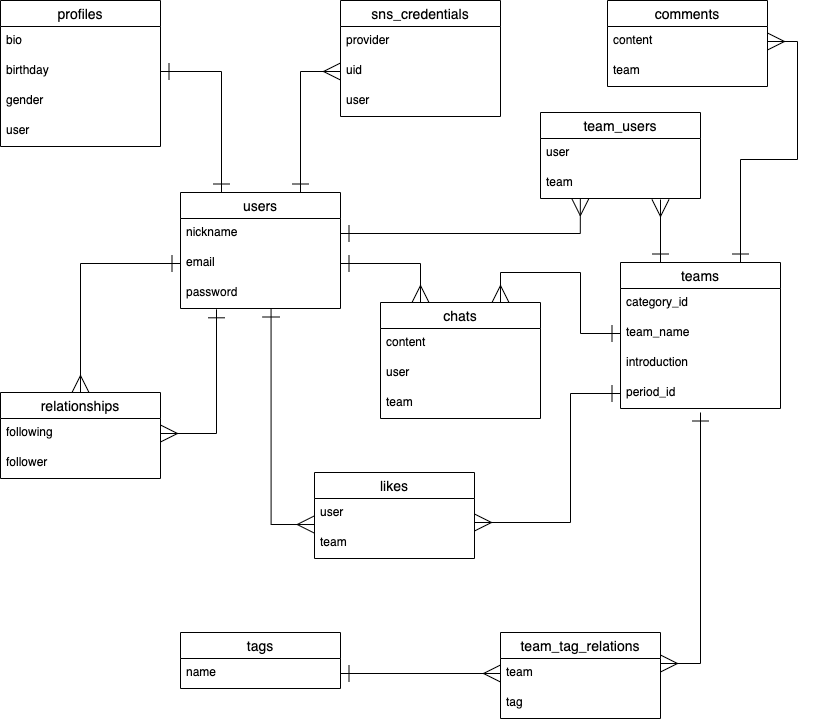
The draw.io diagram entity-relationship-diagram.drawio.png in suzu12/self-management-app, before a commit. Source tidied: cells renumbered, new cells last; positions are measured from the earlier drawing's top-left corner, leaving out a move shared by most shapes.
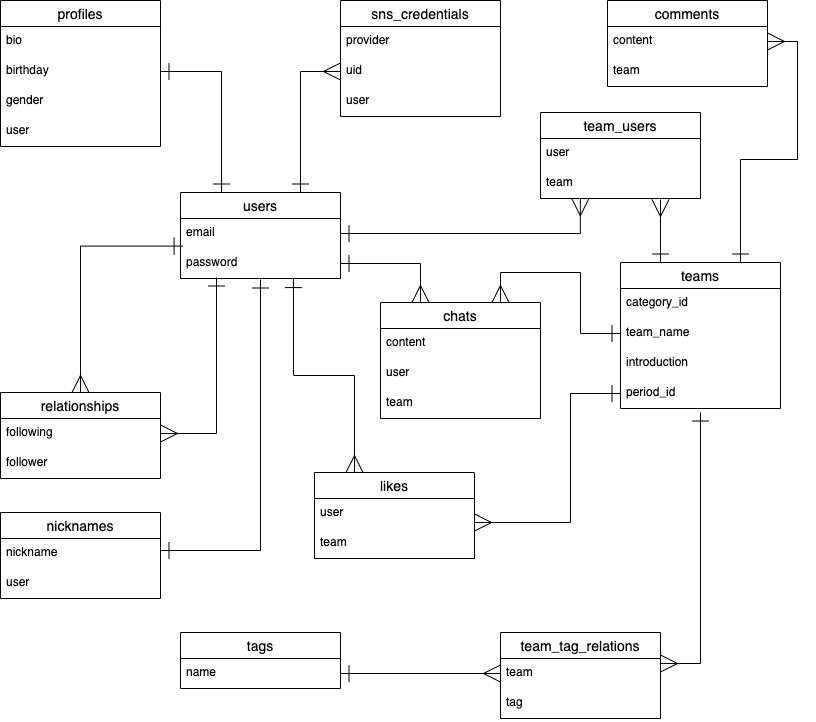
Later version of the same file.

What changed in the source:
```diff
@@ -6,17 +6,14 @@
       <mxGeometry relative="1" as="geometry" />
     </mxCell>
     <mxCell id="3" value="users" style="swimlane;fontStyle=0;horizontal=1;startSize=26;align=center;fontSize=14;" parent="1" vertex="1">
-      <mxGeometry x="180" y="192" width="160" height="116" as="geometry" />
+      <mxGeometry x="180" y="192" width="160" height="86" as="geometry" />
     </mxCell>
-    <mxCell id="4" value="nickname" style="text;strokeColor=none;fillColor=none;spacingLeft=4;spacingRight=4;overflow=hidden;points=[[0,0.5],[1,0.5]];portConstraint=eastwest;fontSize=12;" parent="3" vertex="1">
+    <mxCell id="4" value="email" style="text;strokeColor=none;fillColor=none;spacingLeft=4;spacingRight=4;overflow=hidden;points=[[0,0.5],[1,0.5]];portConstraint=eastwest;fontSize=12;" parent="3" vertex="1">
       <mxGeometry y="26" width="160" height="30" as="geometry" />
     </mxCell>
-    <mxCell id="5" value="email" style="text;strokeColor=none;fillColor=none;spacingLeft=4;spacingRight=4;overflow=hidden;points=[[0,0.5],[1,0.5]];portConstraint=eastwest;fontSize=12;" parent="3" vertex="1">
+    <mxCell id="5" value="password" style="text;strokeColor=none;fillColor=none;spacingLeft=4;spacingRight=4;overflow=hidden;points=[[0,0.5],[1,0.5]];portConstraint=eastwest;fontSize=12;" parent="3" vertex="1">
       <mxGeometry y="56" width="160" height="30" as="geometry" />
     </mxCell>
-    <mxCell id="6" value="password" style="text;strokeColor=none;fillColor=none;spacingLeft=4;spacingRight=4;overflow=hidden;points=[[0,0.5],[1,0.5]];portConstraint=eastwest;fontSize=12;" parent="3" vertex="1">
-      <mxGeometry y="86" width="160" height="30" as="geometry" />
-    </mxCell>
     <mxCell id="7" value="profiles" style="swimlane;fontStyle=0;horizontal=1;startSize=26;align=center;fontSize=14;" parent="1" vertex="1">
       <mxGeometry width="160" height="146" as="geometry" />
     </mxCell>
@@ -104,6 +101,9 @@
     <mxCell id="35" value="team" style="text;strokeColor=none;fillColor=none;spacingLeft=4;spacingRight=4;overflow=hidden;fontSize=12;" parent="32" vertex="1">
       <mxGeometry y="86" width="160" height="30" as="geometry" />
     </mxCell>
+    <mxCell id="54" style="rounded=0;jettySize=auto;html=1;exitX=0.25;exitY=0;exitDx=0;exitDy=0;entryX=0.706;entryY=1.02;entryDx=0;entryDy=0;entryPerimeter=0;edgeStyle=orthogonalEdgeStyle;startArrow=ERmany;startFill=0;endArrow=ERone;endFill=0;endSize=15;startSize=15;" parent="1" edge="1" source="36" target="5">
+      <mxGeometry relative="1" as="geometry" />
+    </mxCell>
     <mxCell id="36" value="likes" style="swimlane;fontStyle=0;horizontal=1;startSize=26;align=center;fontSize=14;" parent="1" vertex="1">
       <mxGeometry x="314" y="472" width="160" height="86" as="geometry" />
     </mxCell>
@@ -127,11 +127,13 @@
         <mxPoint x="221" y="192" as="targetPoint" />
       </mxGeometry>
     </mxCell>
-    <mxCell id="43" style="edgeStyle=orthogonalEdgeStyle;rounded=0;jettySize=auto;html=1;exitX=0;exitY=0.5;exitDx=0;exitDy=0;entryX=0.5;entryY=0;entryDx=0;entryDy=0;endArrow=ERmany;endFill=0;endSize=15;startSize=15;startArrow=ERone;startFill=0;" parent="1" edge="1" source="5" target="39">
+    <mxCell id="43" style="edgeStyle=orthogonalEdgeStyle;rounded=0;jettySize=auto;html=1;exitX=0.013;exitY=-0.08;exitDx=0;exitDy=0;entryX=0.5;entryY=0;entryDx=0;entryDy=0;endArrow=ERmany;endFill=0;endSize=15;startSize=15;startArrow=ERone;startFill=0;exitPerimeter=0;" parent="1" edge="1" source="5" target="39">
       <mxGeometry relative="1" as="geometry" />
     </mxCell>
-    <mxCell id="44" style="edgeStyle=orthogonalEdgeStyle;rounded=0;jettySize=auto;html=1;exitX=1;exitY=0.5;exitDx=0;exitDy=0;entryX=0.225;entryY=1.027;entryDx=0;entryDy=0;entryPerimeter=0;startArrow=ERmany;startFill=0;endArrow=ERone;endFill=0;endSize=15;startSize=15;" parent="1" edge="1" source="40" target="6">
-      <mxGeometry relative="1" as="geometry" />
+    <mxCell id="44" style="edgeStyle=orthogonalEdgeStyle;rounded=0;jettySize=auto;html=1;exitX=1;exitY=0.5;exitDx=0;exitDy=0;startArrow=ERmany;startFill=0;endArrow=ERone;endFill=0;endSize=15;startSize=15;" parent="1" edge="1" source="40">
+      <mxGeometry relative="1" as="geometry">
+        <mxPoint x="216" y="277" as="targetPoint" />
+      </mxGeometry>
     </mxCell>
     <mxCell id="45" style="edgeStyle=orthogonalEdgeStyle;rounded=0;jettySize=auto;html=1;exitX=1;exitY=0.5;exitDx=0;exitDy=0;entryX=0.249;entryY=1.007;entryDx=0;entryDy=0;entryPerimeter=0;startArrow=ERone;startFill=0;startSize=15;endArrow=ERmany;endFill=0;endSize=15;" parent="1" edge="1" source="4" target="26">
       <mxGeometry relative="1" as="geometry" />
@@ -156,9 +158,6 @@
         </Array>
       </mxGeometry>
     </mxCell>
-    <mxCell id="50" style="edgeStyle=orthogonalEdgeStyle;rounded=0;jettySize=auto;html=1;exitX=-0.002;exitY=0.867;exitDx=0;exitDy=0;startArrow=ERmany;startFill=0;startSize=15;endArrow=ERone;endFill=0;endSize=15;exitPerimeter=0;entryX=0.566;entryY=1;entryDx=0;entryDy=0;entryPerimeter=0;" parent="1" edge="1" source="37" target="6">
-      <mxGeometry relative="1" as="geometry" />
-    </mxCell>
     <mxCell id="51" style="edgeStyle=orthogonalEdgeStyle;rounded=0;jettySize=auto;html=1;exitX=1;exitY=0.5;exitDx=0;exitDy=0;entryX=0.75;entryY=0;entryDx=0;entryDy=0;startArrow=ERmany;startFill=0;startSize=15;endArrow=ERone;endFill=0;endSize=15;" parent="1" edge="1" source="13" target="15">
       <mxGeometry relative="1" as="geometry" />
     </mxCell>
@@ -171,5 +170,20 @@
     <mxCell id="53" style="edgeStyle=orthogonalEdgeStyle;rounded=0;jettySize=auto;html=1;exitX=1;exitY=0.5;exitDx=0;exitDy=0;entryX=0;entryY=0.5;entryDx=0;entryDy=0;startArrow=ERone;startFill=0;startSize=15;endArrow=ERmany;endFill=0;endSize=15;" parent="1" edge="1" source="28" target="30">
       <mxGeometry relative="1" as="geometry" />
     </mxCell>
+    <mxCell id="55" value="nicknames" style="swimlane;fontStyle=0;horizontal=1;startSize=26;align=center;fontSize=14;" parent="1" vertex="1">
+      <mxGeometry y="512" width="160" height="86" as="geometry" />
+    </mxCell>
+    <mxCell id="56" value="nickname" style="text;strokeColor=none;fillColor=none;spacingLeft=4;spacingRight=4;overflow=hidden;fontSize=12;" parent="55" vertex="1">
+      <mxGeometry y="26" width="160" height="30" as="geometry" />
+    </mxCell>
+    <mxCell id="57" value="user" style="text;strokeColor=none;fillColor=none;spacingLeft=4;spacingRight=4;overflow=hidden;fontSize=12;" parent="55" vertex="1">
+      <mxGeometry y="56" width="160" height="30" as="geometry" />
+    </mxCell>
+    <mxCell id="58" style="edgeStyle=orthogonalEdgeStyle;rounded=0;orthogonalLoop=1;jettySize=auto;html=1;exitX=1;exitY=0.5;exitDx=0;exitDy=0;startArrow=ERone;startFill=0;startSize=15;endArrow=ERone;endFill=0;endSize=15;" parent="1" edge="1">
+      <mxGeometry relative="1" as="geometry">
+        <mxPoint x="160" y="550" as="sourcePoint" />
+        <mxPoint x="260" y="279" as="targetPoint" />
+      </mxGeometry>
+    </mxCell>
   </root>
 </mxGraphModel>
```
